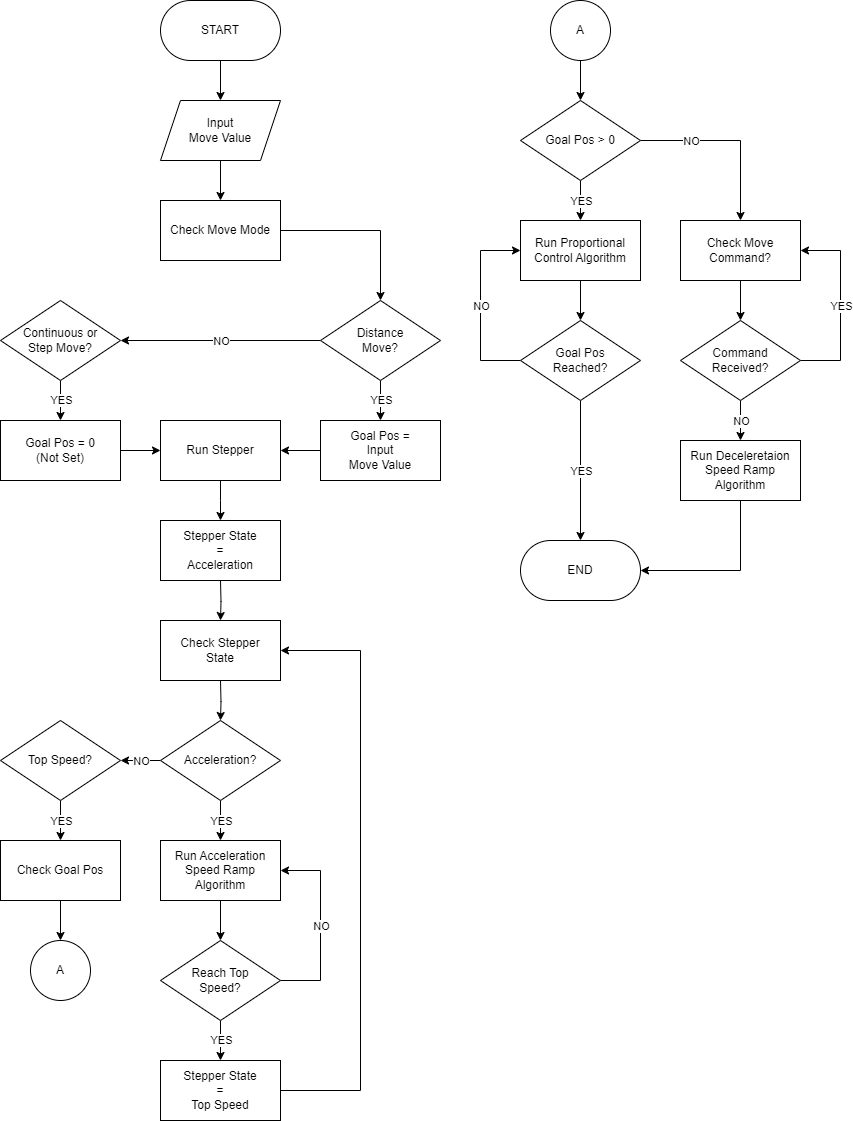
AlfonsusGiovanni/Welding-Arm-Manipulator keeps this draw.io diagram as Breakdown/Exported/Algorithm Flowchart-Move Algorithm.png. Above is the earlier version. Source tidied: cells renumbered, new cells last; positions are measured from the earlier drawing's top-left corner, leaving out a move shared by most shapes.
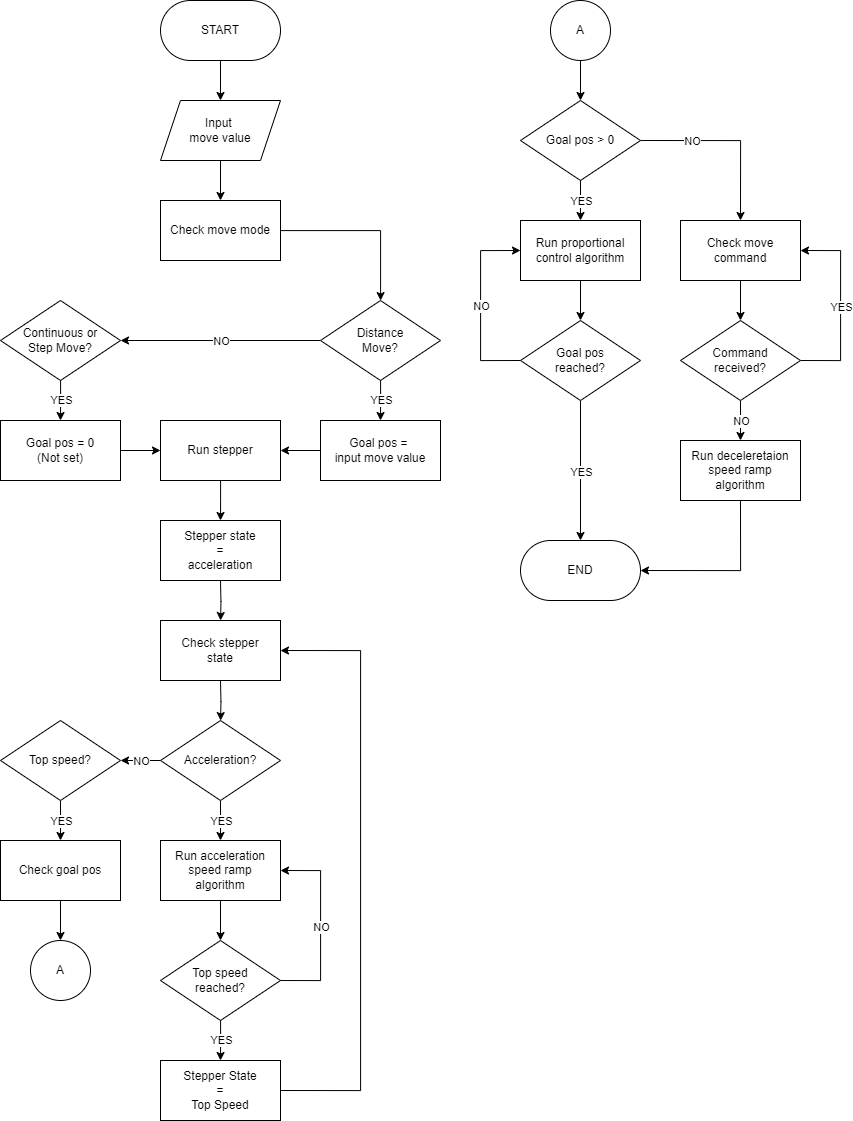
The same file after the commit.

What changed in the source:
```diff
@@ -11,7 +11,7 @@
     <mxCell id="4" style="edgeStyle=orthogonalEdgeStyle;rounded=0;jettySize=auto;html=1;" parent="1" edge="1" source="5" target="13">
       <mxGeometry relative="1" as="geometry" />
     </mxCell>
-    <mxCell id="5" value="Check Move Mode" style="rounded=0;whiteSpace=wrap;html=1;" parent="1" vertex="1">
+    <mxCell id="5" value="Check move mode" style="rounded=0;whiteSpace=wrap;html=1;" parent="1" vertex="1">
       <mxGeometry x="160" y="200" width="120" height="60" as="geometry" />
     </mxCell>
     <mxCell id="6" style="edgeStyle=orthogonalEdgeStyle;rounded=0;jettySize=auto;html=1;" parent="1" edge="1" source="8">
@@ -45,7 +45,7 @@
     <mxCell id="14" style="edgeStyle=orthogonalEdgeStyle;rounded=0;jettySize=auto;html=1;" parent="1" edge="1" source="15" target="5">
       <mxGeometry relative="1" as="geometry" />
     </mxCell>
-    <mxCell id="15" value="Input&lt;div&gt;Move Value&lt;/div&gt;" style="shape=parallelogram;perimeter=parallelogramPerimeter;whiteSpace=wrap;html=1;fixedSize=1;" parent="1" vertex="1">
+    <mxCell id="15" value="Input&amp;nbsp;&lt;div&gt;move value&lt;/div&gt;" style="shape=parallelogram;perimeter=parallelogramPerimeter;whiteSpace=wrap;html=1;fixedSize=1;" parent="1" vertex="1">
       <mxGeometry x="160" y="100" width="120" height="60" as="geometry" />
     </mxCell>
     <mxCell id="16" style="edgeStyle=orthogonalEdgeStyle;rounded=0;jettySize=auto;html=1;" parent="1" edge="1" source="17">
@@ -53,7 +53,7 @@
         <mxPoint x="220" y="520" as="targetPoint" />
       </mxGeometry>
     </mxCell>
-    <mxCell id="17" value="Run Stepper" style="rounded=0;whiteSpace=wrap;html=1;" parent="1" vertex="1">
+    <mxCell id="17" value="Run stepper" style="rounded=0;whiteSpace=wrap;html=1;" parent="1" vertex="1">
       <mxGeometry x="160" y="420" width="120" height="60" as="geometry" />
     </mxCell>
     <mxCell id="18" style="edgeStyle=orthogonalEdgeStyle;rounded=0;jettySize=auto;html=1;" parent="1" edge="1" source="22" target="28">
@@ -77,7 +77,7 @@
     <mxCell id="24" value="YES" style="edgeLabel;html=1;align=center;verticalAlign=middle;" parent="23" vertex="1">
       <mxGeometry relative="1" as="geometry" />
     </mxCell>
-    <mxCell id="25" value="Top Speed?" style="rhombus;whiteSpace=wrap;html=1;" parent="1" vertex="1">
+    <mxCell id="25" value="Top speed?" style="rhombus;whiteSpace=wrap;html=1;" parent="1" vertex="1">
       <mxGeometry y="720" width="120" height="80" as="geometry" />
     </mxCell>
     <mxCell id="26" style="edgeStyle=orthogonalEdgeStyle;rounded=0;jettySize=auto;html=1;" parent="1" edge="1" target="22">
@@ -88,13 +88,13 @@
     <mxCell id="27" style="edgeStyle=orthogonalEdgeStyle;rounded=0;jettySize=auto;html=1;" parent="1" edge="1" source="28" target="35">
       <mxGeometry relative="1" as="geometry" />
     </mxCell>
-    <mxCell id="28" value="Run Acceleration Speed&amp;nbsp;&lt;span style=&quot;background-color: initial;&quot;&gt;Ramp Algorithm&lt;/span&gt;" style="rounded=0;whiteSpace=wrap;html=1;" parent="1" vertex="1">
+    <mxCell id="28" value="Run acceleration&lt;div&gt;speed ramp&lt;/div&gt;&lt;div&gt;algorithm&lt;/div&gt;" style="rounded=0;whiteSpace=wrap;html=1;" parent="1" vertex="1">
       <mxGeometry x="160" y="840" width="120" height="60" as="geometry" />
     </mxCell>
     <mxCell id="29" style="edgeStyle=orthogonalEdgeStyle;rounded=0;jettySize=auto;html=1;" parent="1" edge="1" source="30" target="41">
       <mxGeometry relative="1" as="geometry" />
     </mxCell>
-    <mxCell id="30" value="Run Proportional&lt;br&gt;Control Algorithm" style="rounded=0;whiteSpace=wrap;html=1;" parent="1" vertex="1">
+    <mxCell id="30" value="Run proportional&lt;div&gt;control algorithm&lt;/div&gt;" style="rounded=0;whiteSpace=wrap;html=1;" parent="1" vertex="1">
       <mxGeometry x="520" y="220" width="120" height="60" as="geometry" />
     </mxCell>
     <mxCell id="31" style="edgeStyle=orthogonalEdgeStyle;rounded=0;jettySize=auto;html=1;exitX=1;exitY=0.5;exitDx=0;exitDy=0;entryX=1;entryY=0.5;entryDx=0;entryDy=0;" parent="1" edge="1" source="35" target="28">
@@ -116,7 +116,7 @@
     <mxCell id="34" value="YES" style="edgeLabel;html=1;align=center;verticalAlign=middle;" parent="33" vertex="1">
       <mxGeometry relative="1" as="geometry" />
     </mxCell>
-    <mxCell id="35" value="Reach Top&lt;br&gt;Speed?" style="rhombus;whiteSpace=wrap;html=1;" parent="1" vertex="1">
+    <mxCell id="35" value="Top speed&lt;div&gt;reached?&lt;/div&gt;" style="rhombus;whiteSpace=wrap;html=1;" parent="1" vertex="1">
       <mxGeometry x="160" y="940" width="120" height="80" as="geometry" />
     </mxCell>
     <mxCell id="36" style="edgeStyle=orthogonalEdgeStyle;rounded=0;jettySize=auto;html=1;exitX=1;exitY=0.5;exitDx=0;exitDy=0;entryX=1;entryY=0.5;entryDx=0;entryDy=0;" parent="1" edge="1" source="69" target="43">
@@ -144,13 +144,13 @@
     <mxCell id="40" value="NO" style="edgeLabel;html=1;align=center;verticalAlign=middle;" parent="39" vertex="1">
       <mxGeometry relative="1" as="geometry" />
     </mxCell>
-    <mxCell id="41" value="Goal Pos&lt;br&gt;Reached?" style="rhombus;whiteSpace=wrap;html=1;" parent="1" vertex="1">
+    <mxCell id="41" value="Goal pos&lt;div&gt;reached?&lt;/div&gt;" style="rhombus;whiteSpace=wrap;html=1;" parent="1" vertex="1">
       <mxGeometry x="520" y="320" width="120" height="80" as="geometry" />
     </mxCell>
     <mxCell id="42" value="END" style="rounded=1;whiteSpace=wrap;html=1;arcSize=50;" parent="1" vertex="1">
       <mxGeometry x="520" y="540" width="120" height="60" as="geometry" />
     </mxCell>
-    <mxCell id="43" value="Check Stepper&lt;br&gt;State" style="rounded=0;whiteSpace=wrap;html=1;" parent="1" vertex="1">
+    <mxCell id="43" value="Check stepper&lt;div&gt;state&lt;/div&gt;" style="rounded=0;whiteSpace=wrap;html=1;" parent="1" vertex="1">
       <mxGeometry x="160" y="620" width="120" height="60" as="geometry" />
     </mxCell>
     <mxCell id="44" style="edgeStyle=orthogonalEdgeStyle;rounded=0;jettySize=auto;html=1;" parent="1" edge="1" target="43">
@@ -161,7 +161,7 @@
     <mxCell id="45" style="edgeStyle=orthogonalEdgeStyle;rounded=0;jettySize=auto;html=1;" parent="1" edge="1" source="46" target="52">
       <mxGeometry relative="1" as="geometry" />
     </mxCell>
-    <mxCell id="46" value="Check Goal Pos" style="rounded=0;whiteSpace=wrap;html=1;" parent="1" vertex="1">
+    <mxCell id="46" value="Check goal pos" style="rounded=0;whiteSpace=wrap;html=1;" parent="1" vertex="1">
       <mxGeometry y="840" width="120" height="60" as="geometry" />
     </mxCell>
     <mxCell id="47" style="edgeStyle=orthogonalEdgeStyle;rounded=0;jettySize=auto;html=1;" parent="1" edge="1" source="51" target="30">
@@ -178,7 +178,7 @@
         <mxPoint x="-40" as="offset" />
       </mxGeometry>
     </mxCell>
-    <mxCell id="51" value="Goal Pos &amp;gt; 0" style="rhombus;whiteSpace=wrap;html=1;" parent="1" vertex="1">
+    <mxCell id="51" value="Goal pos &amp;gt; 0" style="rhombus;whiteSpace=wrap;html=1;" parent="1" vertex="1">
       <mxGeometry x="520" y="100" width="120" height="80" as="geometry" />
     </mxCell>
     <mxCell id="52" value="A" style="ellipse;whiteSpace=wrap;html=1;" parent="1" vertex="1">
@@ -193,7 +193,7 @@
     <mxCell id="55" style="edgeStyle=orthogonalEdgeStyle;rounded=0;jettySize=auto;html=1;" parent="1" edge="1" source="56" target="61">
       <mxGeometry relative="1" as="geometry" />
     </mxCell>
-    <mxCell id="56" value="Check Move Command?" style="rounded=0;whiteSpace=wrap;html=1;" parent="1" vertex="1">
+    <mxCell id="56" value="Check move&lt;div&gt;command&lt;/div&gt;" style="rounded=0;whiteSpace=wrap;html=1;" parent="1" vertex="1">
       <mxGeometry x="680" y="220" width="120" height="60" as="geometry" />
     </mxCell>
     <mxCell id="57" style="edgeStyle=orthogonalEdgeStyle;rounded=0;jettySize=auto;html=1;exitX=1;exitY=0.5;exitDx=0;exitDy=0;entryX=1;entryY=0.5;entryDx=0;entryDy=0;" parent="1" edge="1" source="61" target="56">
@@ -213,28 +213,28 @@
     <mxCell id="60" value="NO" style="edgeLabel;html=1;align=center;verticalAlign=middle;" parent="59" vertex="1">
       <mxGeometry relative="1" as="geometry" />
     </mxCell>
-    <mxCell id="61" value="Command&lt;br&gt;Received?" style="rhombus;whiteSpace=wrap;html=1;" parent="1" vertex="1">
+    <mxCell id="61" value="Command&lt;div&gt;received?&lt;/div&gt;" style="rhombus;whiteSpace=wrap;html=1;" parent="1" vertex="1">
       <mxGeometry x="680" y="320" width="120" height="80" as="geometry" />
     </mxCell>
     <mxCell id="62" style="edgeStyle=orthogonalEdgeStyle;rounded=0;jettySize=auto;html=1;exitX=0.5;exitY=1;exitDx=0;exitDy=0;entryX=1;entryY=0.5;entryDx=0;entryDy=0;" parent="1" edge="1" source="63" target="42">
       <mxGeometry relative="1" as="geometry" />
     </mxCell>
-    <mxCell id="63" value="Run Deceleretaion Speed&amp;nbsp;&lt;span style=&quot;background-color: initial;&quot;&gt;Ramp Algorithm&lt;/span&gt;" style="rounded=0;whiteSpace=wrap;html=1;" parent="1" vertex="1">
+    <mxCell id="63" value="Run deceleretaion speed r&lt;span style=&quot;background-color: initial;&quot;&gt;amp&lt;/span&gt;&lt;div&gt;&lt;span style=&quot;background-color: initial;&quot;&gt;algorithm&lt;/span&gt;&lt;/div&gt;" style="rounded=0;whiteSpace=wrap;html=1;" parent="1" vertex="1">
       <mxGeometry x="680" y="440" width="120" height="60" as="geometry" />
     </mxCell>
-    <mxCell id="64" value="Stepper State&lt;div&gt;=&lt;/div&gt;&lt;div&gt;Acceleration&lt;/div&gt;" style="rounded=0;whiteSpace=wrap;html=1;" parent="1" vertex="1">
+    <mxCell id="64" value="Stepper state&lt;div&gt;=&lt;/div&gt;&lt;div&gt;acceleration&lt;/div&gt;" style="rounded=0;whiteSpace=wrap;html=1;" parent="1" vertex="1">
       <mxGeometry x="160" y="520" width="120" height="60" as="geometry" />
     </mxCell>
     <mxCell id="65" style="edgeStyle=orthogonalEdgeStyle;rounded=0;jettySize=auto;html=1;" parent="1" edge="1" source="66" target="17">
       <mxGeometry relative="1" as="geometry" />
     </mxCell>
-    <mxCell id="66" value="Goal Pos = 0&lt;br&gt;(Not Set)" style="rounded=0;whiteSpace=wrap;html=1;" parent="1" vertex="1">
+    <mxCell id="66" value="Goal pos = 0&lt;br&gt;(Not set)" style="rounded=0;whiteSpace=wrap;html=1;" parent="1" vertex="1">
       <mxGeometry y="420" width="120" height="60" as="geometry" />
     </mxCell>
     <mxCell id="67" style="edgeStyle=orthogonalEdgeStyle;rounded=0;jettySize=auto;html=1;" parent="1" edge="1" source="68" target="17">
       <mxGeometry relative="1" as="geometry" />
     </mxCell>
-    <mxCell id="68" value="Goal Pos =&lt;br&gt;Input&lt;div&gt;Move Value&lt;/div&gt;" style="rounded=0;whiteSpace=wrap;html=1;" parent="1" vertex="1">
+    <mxCell id="68" value="Goal pos =&amp;nbsp;&lt;div&gt;input move value&lt;/div&gt;" style="rounded=0;whiteSpace=wrap;html=1;" parent="1" vertex="1">
       <mxGeometry x="320" y="420" width="120" height="60" as="geometry" />
     </mxCell>
     <mxCell id="69" value="Stepper State&lt;div&gt;=&lt;/div&gt;&lt;div&gt;Top Speed&lt;/div&gt;" style="rounded=0;whiteSpace=wrap;html=1;" parent="1" vertex="1">
```
